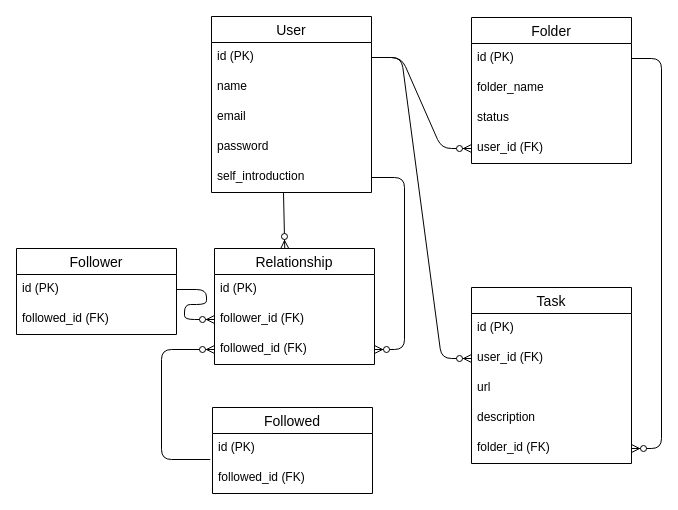
Before: tubenote_er.dio in Kento-Ikushima/TubeNote, a draw.io diagram. Source tidied: cells renumbered, new cells numbered last; positions are measured from the earlier drawing's top-left corner, leaving out a move shared by most shapes. Both pictures are drawn from the tidied source at 100%, with x=0, y=0 at pixel (16, 16).
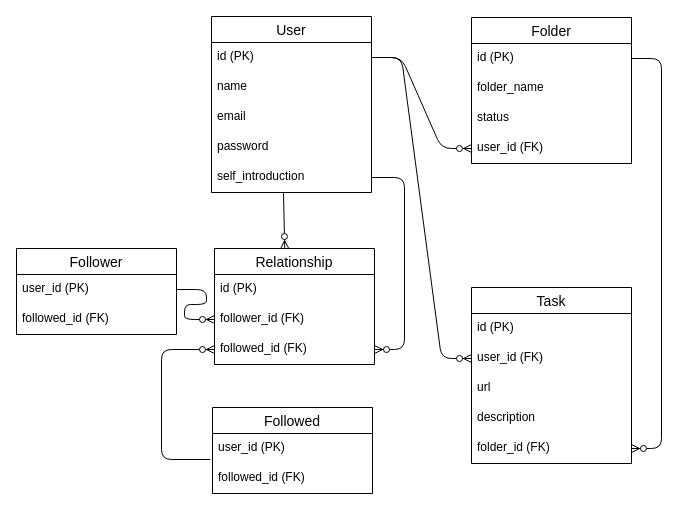
After the change.

Commit message:
指摘箇所の修正

具体は別で送信しました。

Unchanged cells that the change refers to:
```xml
<mxCell id="28" value="Follower" style="swimlane;fontStyle=0;horizontal=1;startSize=26;align=center;fontSize=14;" parent="1" vertex="1">
  <mxGeometry y="232" width="160" height="86" as="geometry" />
</mxCell>
<mxCell id="31" value="Followed" style="swimlane;fontStyle=0;horizontal=1;startSize=26;align=center;fontSize=14;" parent="1" vertex="1">
  <mxGeometry x="196" y="391" width="160" height="86" as="geometry" />
</mxCell>
```

Diff of the diagram source:
```diff
@@
-    <mxCell id="29" value="id (PK)" style="text;strokeColor=none;fillColor=none;spacingLeft=4;spacingRight=4;overflow=hidden;points=[[0,0.5],[1,0.5]];portConstraint=eastwest;fontSize=12;" parent="28" vertex="1">
+    <mxCell id="29" value="user_id (PK)" style="text;strokeColor=none;fillColor=none;spacingLeft=4;spacingRight=4;overflow=hidden;points=[[0,0.5],[1,0.5]];portConstraint=eastwest;fontSize=12;" parent="28" vertex="1">
       <mxGeometry y="26" width="160" height="30" as="geometry" />
     </mxCell>
@@
-    <mxCell id="32" value="id (PK)" style="text;strokeColor=none;fillColor=none;spacingLeft=4;spacingRight=4;overflow=hidden;points=[[0,0.5],[1,0.5]];portConstraint=eastwest;fontSize=12;" parent="31" vertex="1">
+    <mxCell id="32" value="user_id (PK)" style="text;strokeColor=none;fillColor=none;spacingLeft=4;spacingRight=4;overflow=hidden;points=[[0,0.5],[1,0.5]];portConstraint=eastwest;fontSize=12;" parent="31" vertex="1">
       <mxGeometry y="26" width="160" height="30" as="geometry" />
     </mxCell>
```
